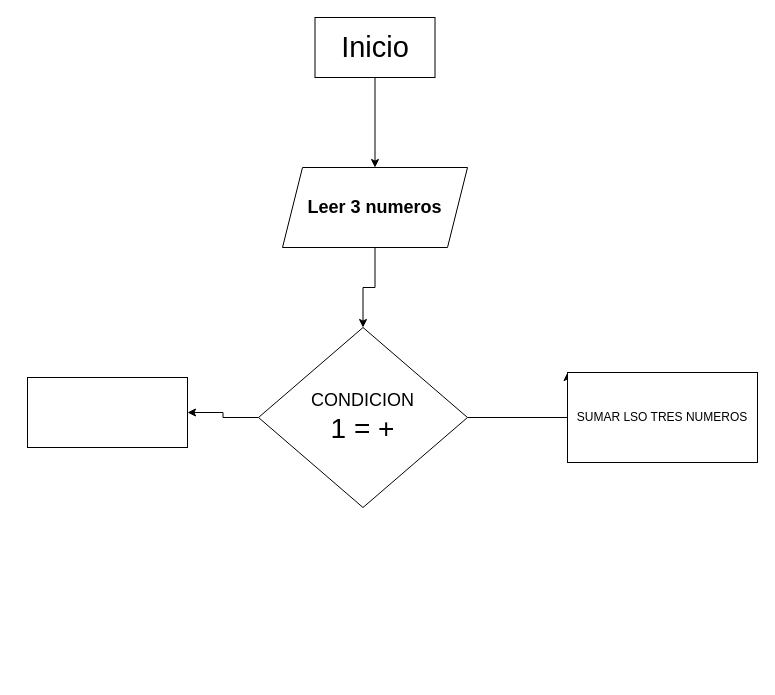
The draw.io diagram Untitled Diagram.drawio in Mateozzzz/Flowcharts-sena-, before the edit. Source tidied: cells renumbered, new cells numbered last; positions are measured from the earlier drawing's top-left corner, leaving out a move shared by most shapes. Both pictures are drawn from the tidied source at 100%, with x=0, y=0 at pixel (27, 17).
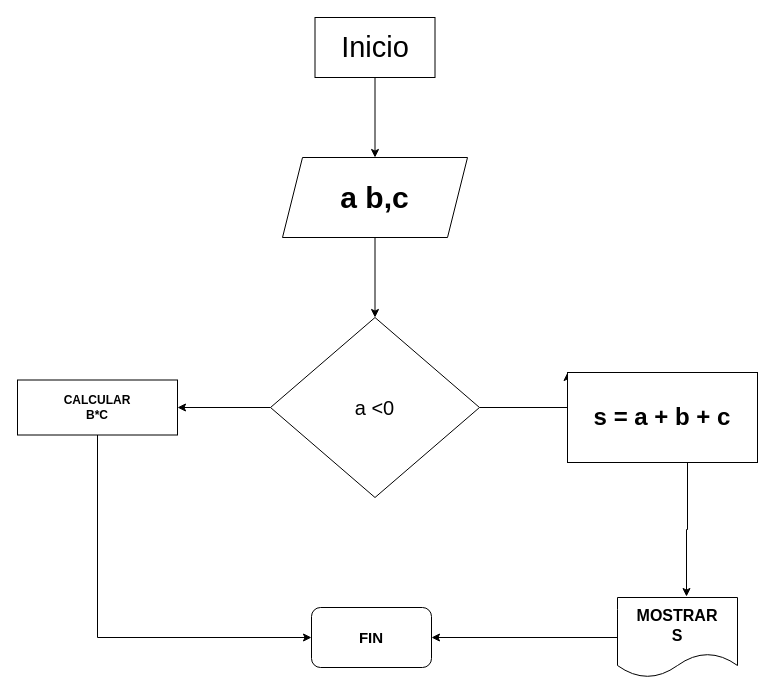
The same page after the edit.

Change to the diagram source:
```diff
@@
 <mxGraphModel>
   <root>
     <mxCell id="0" />
     <mxCell id="1" parent="0" />
     <mxCell id="2" style="edgeStyle=orthogonalEdgeStyle;rounded=0;jettySize=auto;html=1;" parent="1" edge="1" source="3" target="5">
       <mxGeometry relative="1" as="geometry" />
     </mxCell>
     <mxCell id="3" value="&lt;font style=&quot;font-size: 29px;&quot;&gt;Inicio&lt;/font&gt;" style="rounded=0;whiteSpace=wrap;html=1;" parent="1" vertex="1">
       <mxGeometry x="287.5" width="120" height="60" as="geometry" />
     </mxCell>
     <mxCell id="4" style="edgeStyle=orthogonalEdgeStyle;rounded=0;jettySize=auto;html=1;" parent="1" edge="1" source="5" target="8">
       <mxGeometry relative="1" as="geometry" />
     </mxCell>
-    <mxCell id="5" value="&lt;font style=&quot;font-size: 18px;&quot;&gt;&lt;b&gt;Leer 3 numeros &lt;br&gt;&lt;/b&gt;&lt;/font&gt;" style="shape=parallelogram;perimeter=parallelogramPerimeter;whiteSpace=wrap;html=1;fixedSize=1;rounded=0;" parent="1" vertex="1">
-      <mxGeometry x="255" y="150" width="185" height="80" as="geometry" />
+    <mxCell id="5" value="&lt;font style=&quot;font-size: 30px;&quot;&gt;&lt;b&gt;a b,c&lt;/b&gt;&lt;/font&gt;" style="shape=parallelogram;perimeter=parallelogramPerimeter;whiteSpace=wrap;html=1;fixedSize=1;rounded=0;" parent="1" vertex="1">
+      <mxGeometry x="255" y="140" width="185" height="80" as="geometry" />
     </mxCell>
-    <mxCell id="6" style="edgeStyle=orthogonalEdgeStyle;rounded=0;jettySize=auto;html=1;entryX=0;entryY=0;entryDx=0;entryDy=0;" parent="1" edge="1" source="8" target="9">
+    <mxCell id="6" style="edgeStyle=orthogonalEdgeStyle;rounded=0;jettySize=auto;html=1;entryX=0;entryY=0;entryDx=0;entryDy=0;exitX=1;exitY=0.5;exitDx=0;exitDy=0;" parent="1" edge="1" source="8" target="9">
       <mxGeometry relative="1" as="geometry">
         <Array as="points">
-          <mxPoint x="540" y="400" />
+          <mxPoint x="540" y="390" />
         </Array>
       </mxGeometry>
     </mxCell>
     <mxCell id="7" style="edgeStyle=orthogonalEdgeStyle;rounded=0;jettySize=auto;html=1;" parent="1" edge="1" source="8" target="10">
       <mxGeometry relative="1" as="geometry" />
     </mxCell>
-    <mxCell id="8" value="&lt;div style=&quot;font-size: 18px;&quot;&gt;&lt;font style=&quot;font-size: 18px;&quot;&gt;CONDICION&lt;/font&gt;&lt;/div&gt;&lt;div style=&quot;font-size: 28px;&quot;&gt;&lt;font style=&quot;font-size: 28px;&quot;&gt;1 = +&lt;br&gt;&lt;/font&gt;&lt;/div&gt;" style="rhombus;whiteSpace=wrap;html=1;rounded=0;" parent="1" vertex="1">
-      <mxGeometry x="231" y="310" width="209" height="180" as="geometry" />
+    <mxCell id="8" value="&lt;font style=&quot;font-size: 20px;&quot;&gt;a &amp;lt;0&lt;/font&gt;" style="rhombus;whiteSpace=wrap;html=1;rounded=0;" parent="1" vertex="1">
+      <mxGeometry x="243" y="300" width="209" height="180" as="geometry" />
     </mxCell>
+    <mxCell id="11" style="edgeStyle=orthogonalEdgeStyle;rounded=0;jettySize=auto;html=1;entryX=0.575;entryY=-0.012;entryDx=0;entryDy=0;entryPerimeter=0;" parent="1" edge="1" source="9" target="15">
+      <mxGeometry relative="1" as="geometry">
+        <Array as="points">
+          <mxPoint x="660" y="512" />
+        </Array>
+      </mxGeometry>
+    </mxCell>
-    <mxCell id="9" value="SUMAR LSO TRES NUMEROS " style="whiteSpace=wrap;html=1;rounded=0;" parent="1" vertex="1">
+    <mxCell id="9" value="&lt;b&gt;&lt;font style=&quot;font-size: 24px;&quot;&gt;s = a + b + c&lt;/font&gt;&lt;/b&gt;" style="whiteSpace=wrap;html=1;rounded=0;" parent="1" vertex="1">
       <mxGeometry x="540" y="355" width="190" height="90" as="geometry" />
     </mxCell>
+    <mxCell id="12" style="edgeStyle=orthogonalEdgeStyle;rounded=0;jettySize=auto;html=1;entryX=0;entryY=0.5;entryDx=0;entryDy=0;exitX=0.5;exitY=1;exitDx=0;exitDy=0;" parent="1" edge="1" source="10" target="13">
+      <mxGeometry relative="1" as="geometry" />
+    </mxCell>
-    <mxCell id="10" style="whiteSpace=wrap;html=1;rounded=0;" parent="1" vertex="1">
-      <mxGeometry y="360" width="160" height="70" as="geometry" />
+    <mxCell id="10" value="&lt;div&gt;&lt;b&gt;CALCULAR&lt;/b&gt;&lt;/div&gt;&lt;div&gt;&lt;b&gt;B*C&lt;br&gt;&lt;/b&gt;&lt;/div&gt;" style="whiteSpace=wrap;html=1;rounded=0;" parent="1" vertex="1">
+      <mxGeometry x="-10" y="362.5" width="160" height="55" as="geometry" />
     </mxCell>
+    <mxCell id="13" value="&lt;b&gt;&lt;font style=&quot;font-size: 15px;&quot;&gt;FIN&lt;/font&gt;&lt;/b&gt;" style="rounded=1;whiteSpace=wrap;html=1;" parent="1" vertex="1">
+      <mxGeometry x="284" y="590" width="120" height="60" as="geometry" />
+    </mxCell>
+    <mxCell id="14" style="edgeStyle=orthogonalEdgeStyle;rounded=0;jettySize=auto;html=1;entryX=1;entryY=0.5;entryDx=0;entryDy=0;" parent="1" edge="1" source="15" target="13">
+      <mxGeometry relative="1" as="geometry" />
+    </mxCell>
+    <mxCell id="15" value="&lt;div style=&quot;font-size: 16px;&quot;&gt;&lt;font style=&quot;font-size: 16px;&quot;&gt;&lt;b&gt;MOSTRAR &lt;br&gt;&lt;/b&gt;&lt;/font&gt;&lt;/div&gt;&lt;div style=&quot;font-size: 16px;&quot;&gt;&lt;font style=&quot;font-size: 16px;&quot;&gt;&lt;b&gt;&lt;font style=&quot;font-size: 16px;&quot;&gt;S&lt;/font&gt;&lt;br&gt;&lt;/b&gt;&lt;/font&gt;&lt;/div&gt;" style="shape=document;whiteSpace=wrap;html=1;boundedLbl=1;" parent="1" vertex="1">
+      <mxGeometry x="590" y="580" width="120" height="80" as="geometry" />
+    </mxCell>
   </root>
 </mxGraphModel>
```
